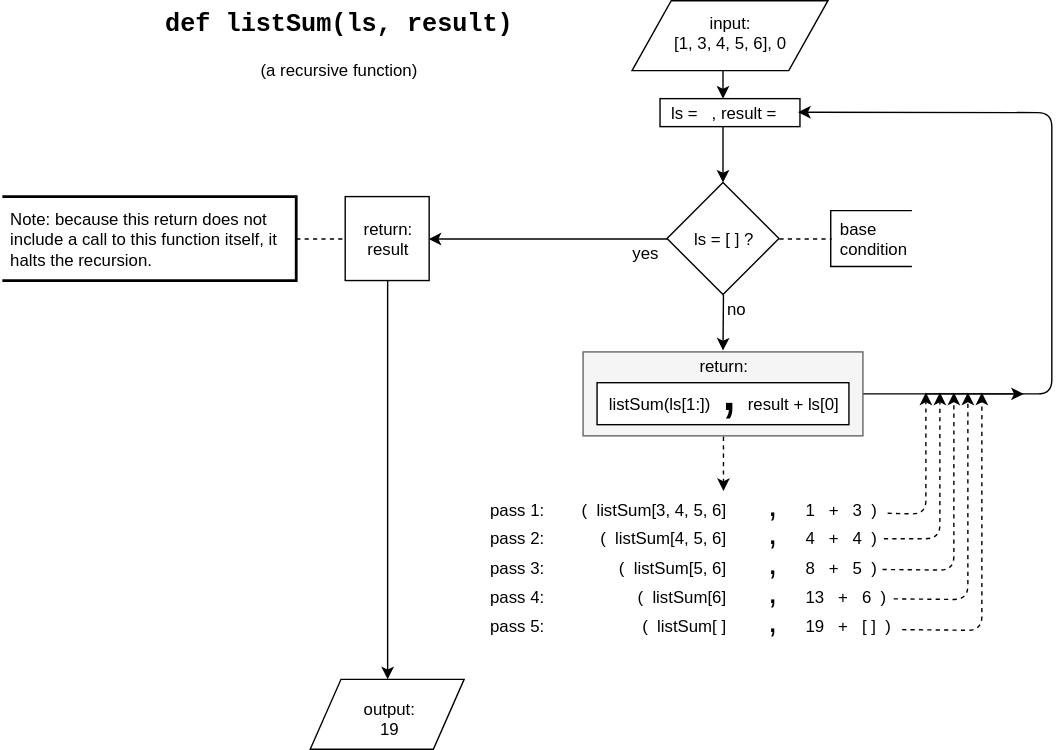
jinjagit/JupyterNotebooks keeps this draw.io diagram as diagrams/recursion2.svg. Above is the earlier version. Source tidied: cells renumbered, new cells last; positions are measured from the earlier drawing's top-left corner, leaving out a move shared by most shapes.
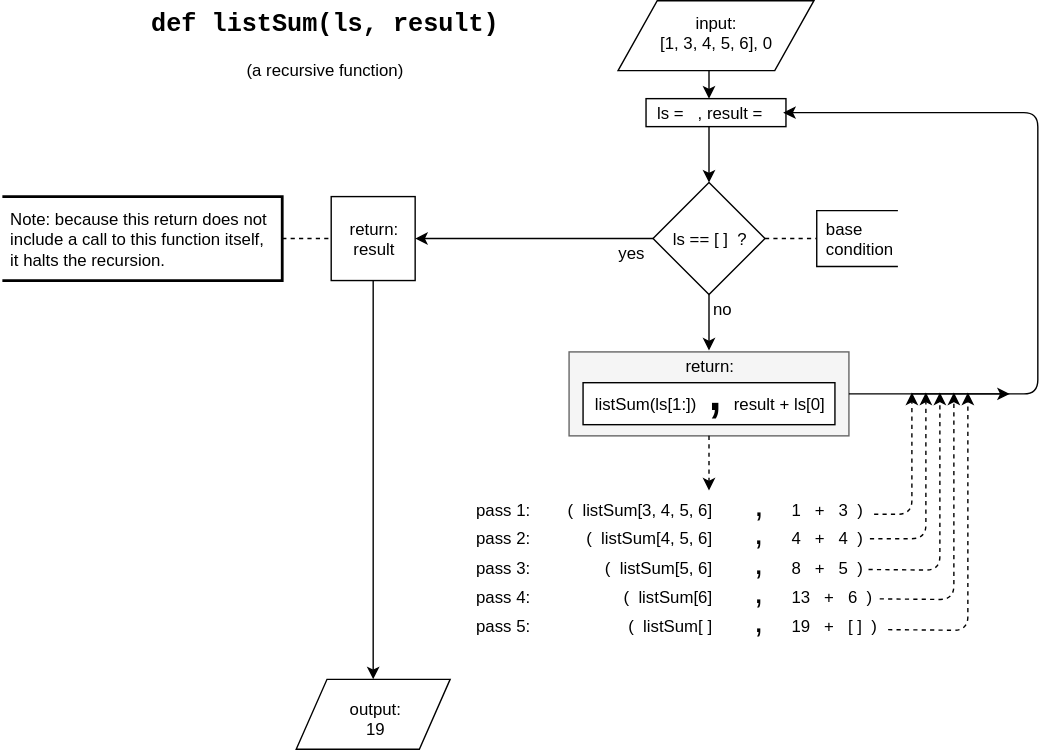
Above is the later version.

The edit, as a diff of the source:
```diff
@@ -23,8 +23,8 @@
     <mxCell id="7" style="rhombus;whiteSpace=wrap;html=1;" parent="1" vertex="1">
       <mxGeometry x="475" y="130" width="80" height="80" as="geometry" />
     </mxCell>
-    <mxCell id="8" value="ls = [ ] ?" style="text;html=1;strokeColor=none;fillColor=none;align=center;verticalAlign=middle;whiteSpace=wrap;rounded=0;" parent="1" vertex="1">
-      <mxGeometry x="489" y="160" width="52" height="20" as="geometry" />
+    <mxCell id="8" value="ls == [ ]&amp;nbsp; ?" style="text;html=1;strokeColor=none;fillColor=none;align=center;verticalAlign=middle;whiteSpace=wrap;rounded=0;" parent="1" vertex="1">
+      <mxGeometry x="480" y="160" width="70" height="20" as="geometry" />
     </mxCell>
     <mxCell id="9" style="endArrow=classic;html=1;exitX=0.5;exitY=1;" parent="1" edge="1" source="7">
       <mxGeometry relative="1" as="geometry">
@@ -84,8 +84,8 @@
     <mxCell id="24" value="&lt;font style=&quot;font-size: 18px&quot; face=&quot;Courier New&quot;&gt;&lt;b&gt;def listSum(ls, result)&lt;/b&gt;&lt;/font&gt;&lt;br&gt;&lt;br&gt;(a recursive function)&lt;br&gt;" style="text;html=1;strokeColor=none;fillColor=none;align=center;verticalAlign=middle;whiteSpace=wrap;rounded=0;" parent="1" vertex="1">
       <mxGeometry x="110" width="260" height="60" as="geometry" />
     </mxCell>
-    <mxCell id="25" value="&lt;div style=&quot;text-align: left&quot;&gt;&lt;span&gt;Note: because this return does not include a call to this function itself, it halts the recursion.&lt;/span&gt;&lt;/div&gt;" style="text;html=1;strokeColor=none;fillColor=none;align=center;verticalAlign=middle;whiteSpace=wrap;rounded=0;" parent="1" vertex="1">
-      <mxGeometry x="5" y="130" width="210" height="80" as="geometry" />
+    <mxCell id="25" value="&lt;div style=&quot;text-align: left&quot;&gt;&lt;span&gt;Note: because this return does not include a call to this function itself,&lt;/span&gt;&lt;/div&gt;&lt;div style=&quot;text-align: left&quot;&gt;&lt;span&gt;it halts the recursion.&lt;/span&gt;&lt;/div&gt;" style="text;html=1;strokeColor=none;fillColor=none;align=center;verticalAlign=middle;whiteSpace=wrap;rounded=0;" parent="1" vertex="1">
+      <mxGeometry x="15" y="130" width="195" height="80" as="geometry" />
     </mxCell>
     <mxCell id="26" style="shape=parallelogram;perimeter=parallelogramPerimeter;whiteSpace=wrap;html=1;" parent="1" vertex="1">
       <mxGeometry x="220" y="485" width="110" height="50" as="geometry" />
@@ -103,7 +103,7 @@
       <mxGeometry relative="1" as="geometry" />
     </mxCell>
     <mxCell id="31" style="strokeWidth=2;html=1;shape=mxgraph.flowchart.annotation_1;align=left;flipH=1;" parent="1" vertex="1">
-      <mxGeometry y="140" width="210" height="60" as="geometry" />
+      <mxGeometry x="10" y="140" width="200" height="60" as="geometry" />
     </mxCell>
     <mxCell id="32" style="endArrow=none;dashed=1;html=1;entryX=0;entryY=0.5;exitX=0;exitY=0.5;exitPerimeter=0;" parent="1" edge="1" source="31" target="21">
       <mxGeometry relative="1" as="geometry" />
```
